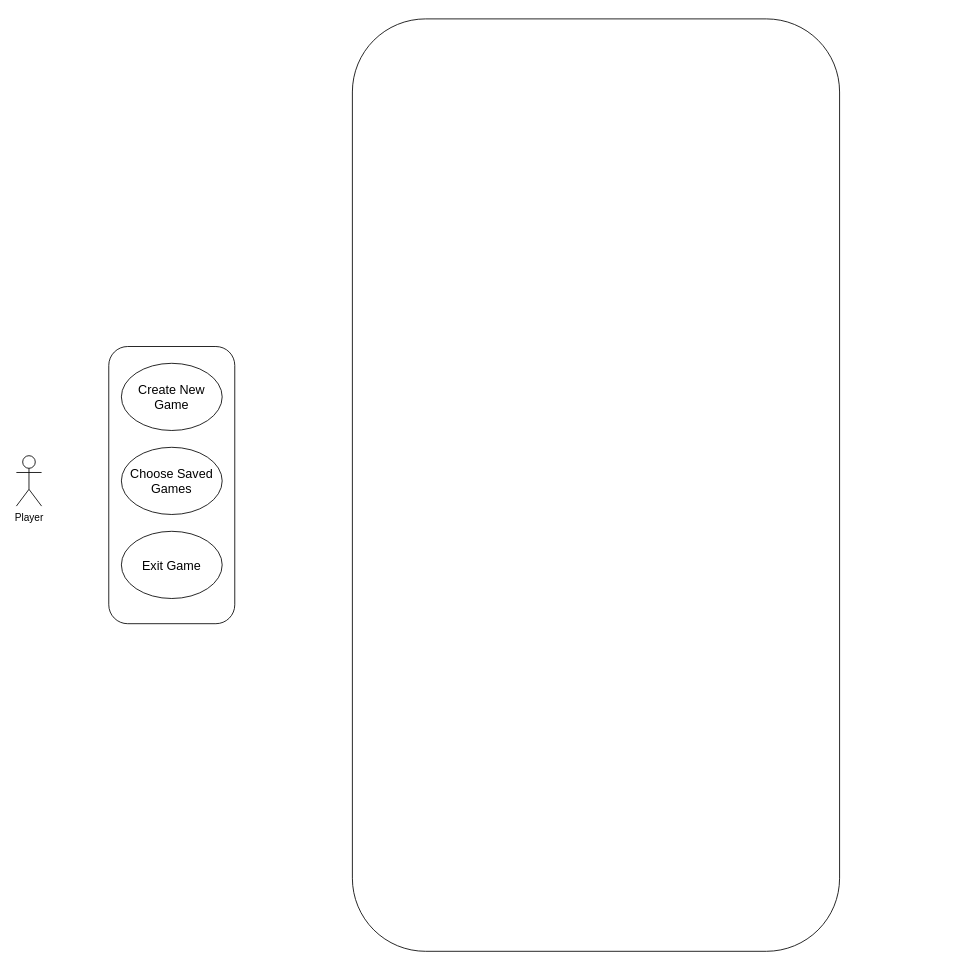
The draw.io diagram User_Case_diagram.drawio in summertx/uml, before the edit. Source tidied: cells renumbered, new cells numbered last; positions are measured from the earlier drawing's top-left corner, leaving out a move shared by most shapes. Both pictures are drawn from the tidied source at 84%, with x=0, y=0 at pixel (16, 18).
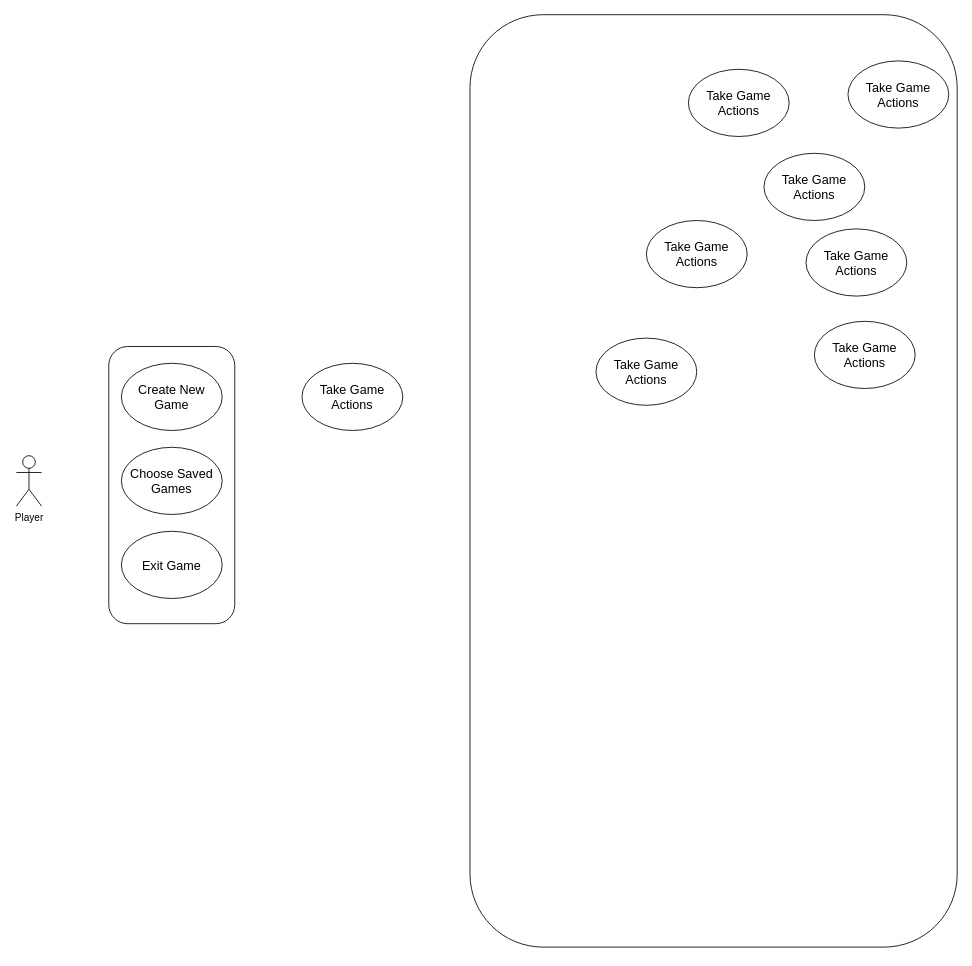
After the change.

Diff of the diagram source:
```diff
@@
 <mxGraphModel>
   <root>
     <mxCell id="0" />
     <mxCell id="1" parent="0" />
     <mxCell id="2" value="Player" style="shape=umlActor;verticalLabelPosition=bottom;verticalAlign=top;html=1;" parent="1" vertex="1">
       <mxGeometry y="520" width="30" height="60" as="geometry" />
     </mxCell>
     <mxCell id="3" style="rounded=1;whiteSpace=wrap;html=1;" parent="1" vertex="1">
       <mxGeometry x="110" y="390" width="150" height="330" as="geometry" />
     </mxCell>
     <mxCell id="4" value="&lt;font style=&quot;font-size: 15px;&quot;&gt;Create New Game&lt;/font&gt;" style="ellipse;whiteSpace=wrap;html=1;" parent="1" vertex="1">
       <mxGeometry x="125" y="410" width="120" height="80" as="geometry" />
     </mxCell>
     <mxCell id="5" value="&lt;font style=&quot;font-size: 15px;&quot;&gt;Choose Saved Games&lt;/font&gt;" style="ellipse;whiteSpace=wrap;html=1;" parent="1" vertex="1">
       <mxGeometry x="125" y="510" width="120" height="80" as="geometry" />
     </mxCell>
     <mxCell id="6" value="&lt;font style=&quot;font-size: 15px;&quot;&gt;Exit Game&lt;/font&gt;" style="ellipse;whiteSpace=wrap;html=1;" parent="1" vertex="1">
       <mxGeometry x="125" y="610" width="120" height="80" as="geometry" />
     </mxCell>
     <mxCell id="7" style="rounded=1;whiteSpace=wrap;html=1;" parent="1" vertex="1">
-      <mxGeometry x="400" width="580" height="1110" as="geometry" />
+      <mxGeometry x="540" y="-5" width="580" height="1110" as="geometry" />
     </mxCell>
+    <mxCell id="8" value="&lt;span style=&quot;font-size: 15px;&quot;&gt;Take Game Actions&lt;/span&gt;" style="ellipse;whiteSpace=wrap;html=1;" parent="1" vertex="1">
+      <mxGeometry x="340" y="410" width="120" height="80" as="geometry" />
+    </mxCell>
+    <mxCell id="9" value="&lt;span style=&quot;font-size: 15px;&quot;&gt;Take Game Actions&lt;/span&gt;" style="ellipse;whiteSpace=wrap;html=1;" parent="1" vertex="1">
+      <mxGeometry x="990" y="50" width="120" height="80" as="geometry" />
+    </mxCell>
+    <mxCell id="10" value="&lt;span style=&quot;font-size: 15px;&quot;&gt;Take Game Actions&lt;/span&gt;" style="ellipse;whiteSpace=wrap;html=1;" parent="1" vertex="1">
+      <mxGeometry x="950" y="360" width="120" height="80" as="geometry" />
+    </mxCell>
+    <mxCell id="11" value="&lt;span style=&quot;font-size: 15px;&quot;&gt;Take Game Actions&lt;/span&gt;" style="ellipse;whiteSpace=wrap;html=1;" parent="1" vertex="1">
+      <mxGeometry x="800" y="60" width="120" height="80" as="geometry" />
+    </mxCell>
+    <mxCell id="12" value="&lt;span style=&quot;font-size: 15px;&quot;&gt;Take Game Actions&lt;/span&gt;" style="ellipse;whiteSpace=wrap;html=1;" parent="1" vertex="1">
+      <mxGeometry x="890" y="160" width="120" height="80" as="geometry" />
+    </mxCell>
+    <mxCell id="13" value="&lt;span style=&quot;font-size: 15px;&quot;&gt;Take Game Actions&lt;/span&gt;" style="ellipse;whiteSpace=wrap;html=1;" parent="1" vertex="1">
+      <mxGeometry x="940" y="250" width="120" height="80" as="geometry" />
+    </mxCell>
+    <mxCell id="14" value="&lt;span style=&quot;font-size: 15px;&quot;&gt;Take Game Actions&lt;/span&gt;" style="ellipse;whiteSpace=wrap;html=1;" parent="1" vertex="1">
+      <mxGeometry x="750" y="240" width="120" height="80" as="geometry" />
+    </mxCell>
+    <mxCell id="15" value="&lt;span style=&quot;font-size: 15px;&quot;&gt;Take Game Actions&lt;/span&gt;" style="ellipse;whiteSpace=wrap;html=1;" parent="1" vertex="1">
+      <mxGeometry x="690" y="380" width="120" height="80" as="geometry" />
+    </mxCell>
   </root>
 </mxGraphModel>
```
